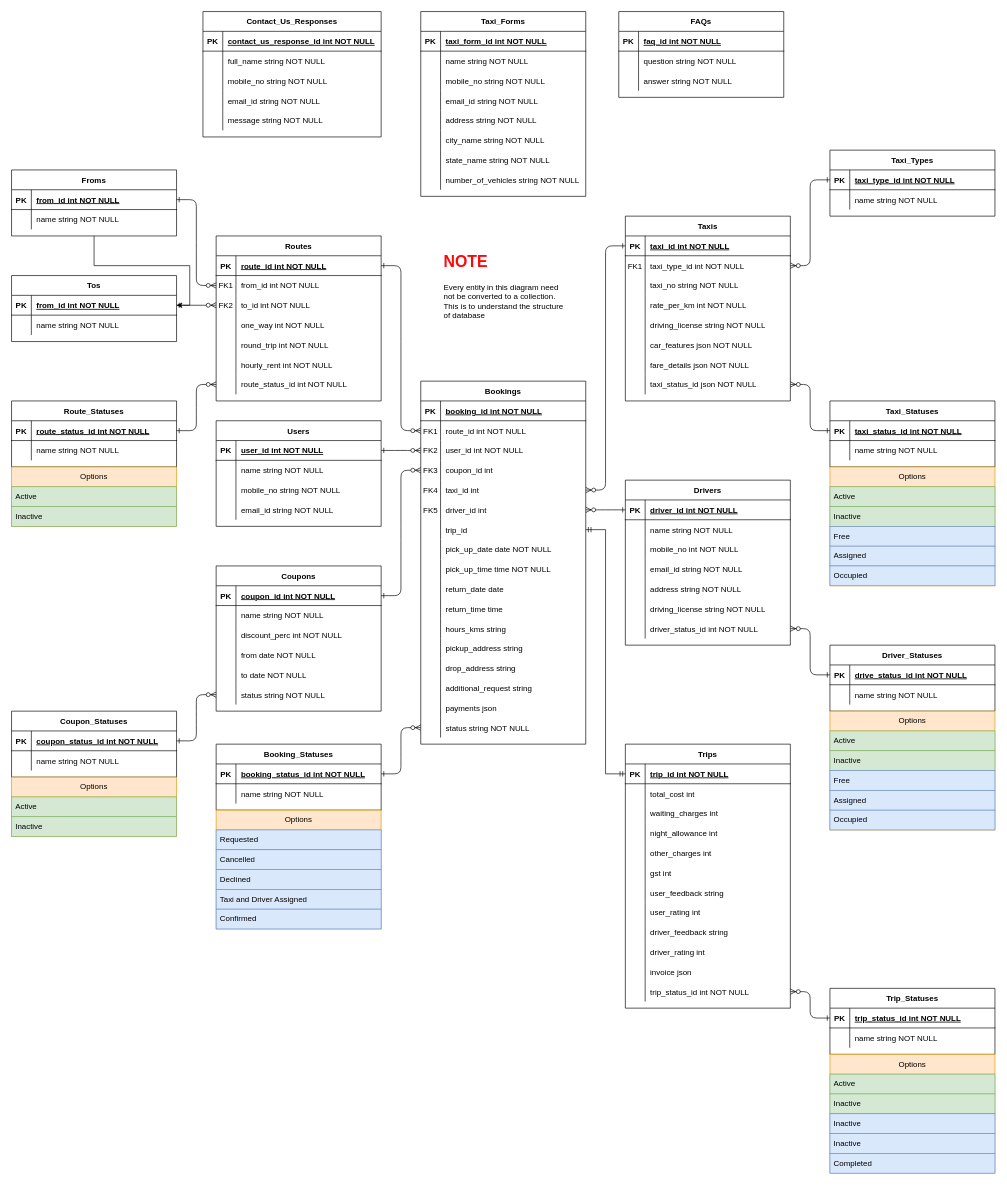
Above: BTCv2.drawio in TechManTejas/BombayTaxiCo_Express_Backend (draw.io), before the change. Source tidied: cells renumbered, new cells numbered last; positions are measured from the earlier drawing's top-left corner, leaving out a move shared by most shapes. Both pictures are drawn from the tidied source at 66%, with x=0, y=0 at pixel (11, 11).
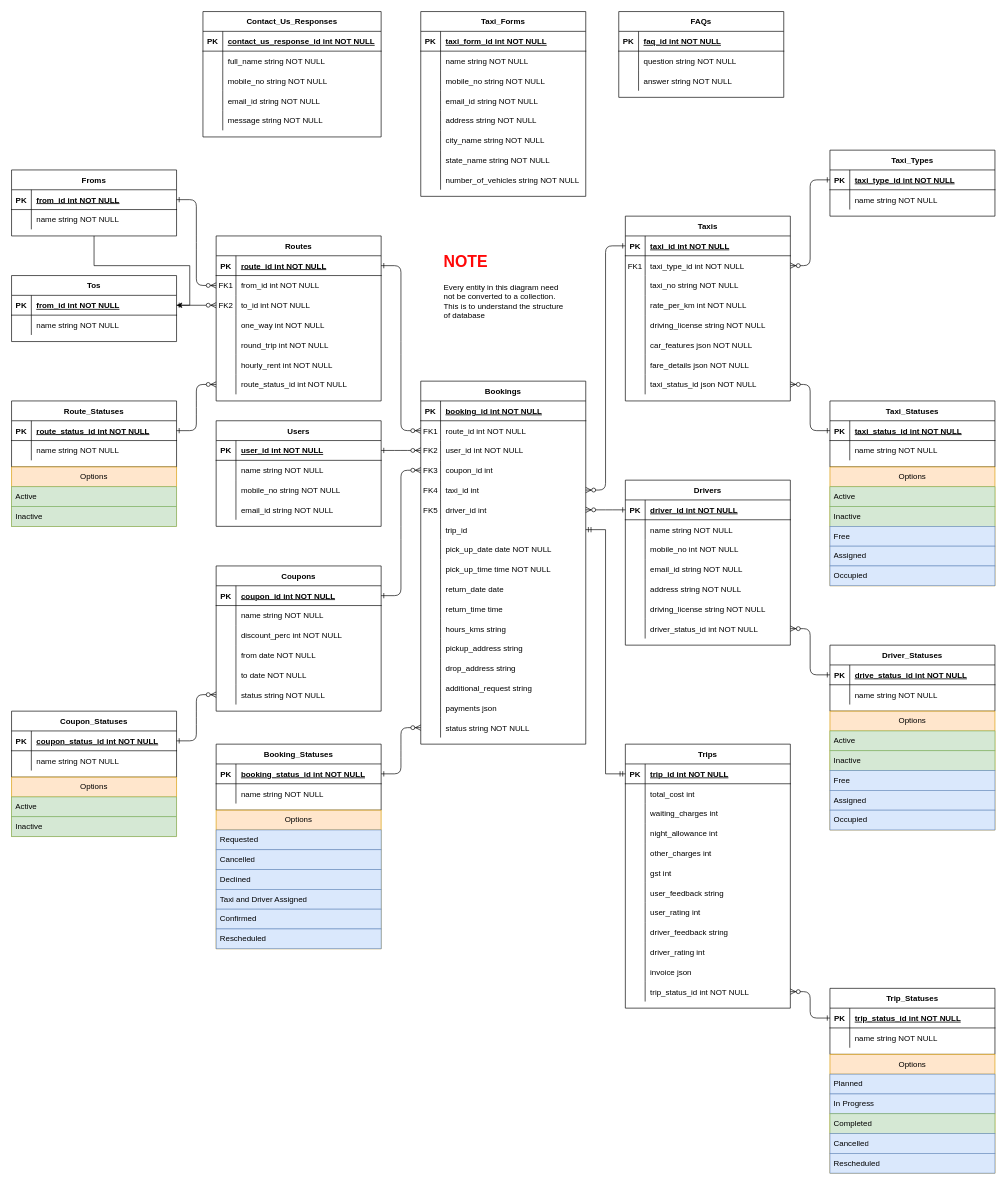
The same page after the edit.

Unchanged cells that the change refers to:
```xml
<mxCell id="347" value="Options" style="swimlane;fontStyle=0;horizontal=1;startSize=30;whiteSpace=wrap;html=1;fillColor=#ffe6cc;strokeColor=#d79b00;swimlaneFillColor=none;" parent="1" vertex="1">
  <mxGeometry x="1240" y="1580" width="250" height="180" as="geometry" />
</mxCell>
```

The edit, as a diff of the source:
```diff
@@
     <mxCell id="319" value="Options" style="swimlane;fontStyle=0;horizontal=1;startSize=30;whiteSpace=wrap;html=1;fillColor=#ffe6cc;strokeColor=#d79b00;swimlaneFillColor=none;" parent="1" vertex="1">
-      <mxGeometry x="310" y="1210" width="250" height="180" as="geometry" />
+      <mxGeometry x="310" y="1210" width="250" height="210" as="geometry" />
     </mxCell>
@@
+    <mxCell id="353" value="Rescheduled" style="text;strokeColor=#6c8ebf;fillColor=#dae8fc;align=left;verticalAlign=middle;spacingLeft=4;spacingRight=4;overflow=hidden;whiteSpace=wrap;html=1;swimlaneFillColor=none;" parent="319" vertex="1">
+      <mxGeometry y="180" width="250" height="30" as="geometry" />
+    </mxCell>
@@
-    <mxCell id="348" value="Active" style="text;strokeColor=#82b366;fillColor=#d5e8d4;align=left;verticalAlign=middle;spacingLeft=4;spacingRight=4;overflow=hidden;whiteSpace=wrap;html=1;swimlaneFillColor=none;" parent="347" vertex="1">
+    <mxCell id="348" value="Planned" style="text;strokeColor=#6c8ebf;fillColor=#dae8fc;align=left;verticalAlign=middle;spacingLeft=4;spacingRight=4;overflow=hidden;whiteSpace=wrap;html=1;swimlaneFillColor=none;" parent="347" vertex="1">
       <mxGeometry y="30" width="250" height="30" as="geometry" />
     </mxCell>
-    <mxCell id="349" value="Inactive" style="text;strokeColor=#82b366;fillColor=#d5e8d4;align=left;verticalAlign=middle;spacingLeft=4;spacingRight=4;overflow=hidden;whiteSpace=wrap;html=1;swimlaneFillColor=none;" parent="347" vertex="1">
+    <mxCell id="349" value="In Progress" style="text;strokeColor=#6c8ebf;fillColor=#dae8fc;align=left;verticalAlign=middle;spacingLeft=4;spacingRight=4;overflow=hidden;whiteSpace=wrap;html=1;swimlaneFillColor=none;" parent="347" vertex="1">
       <mxGeometry y="60" width="250" height="30" as="geometry" />
     </mxCell>
-    <mxCell id="350" value="Inactive" style="text;strokeColor=#6c8ebf;fillColor=#dae8fc;align=left;verticalAlign=middle;spacingLeft=4;spacingRight=4;overflow=hidden;whiteSpace=wrap;html=1;swimlaneFillColor=none;" parent="347" vertex="1">
+    <mxCell id="350" value="Completed" style="text;strokeColor=#82b366;fillColor=#d5e8d4;align=left;verticalAlign=middle;spacingLeft=4;spacingRight=4;overflow=hidden;whiteSpace=wrap;html=1;swimlaneFillColor=none;" parent="347" vertex="1">
       <mxGeometry y="90" width="250" height="30" as="geometry" />
     </mxCell>
-    <mxCell id="351" value="Inactive" style="text;strokeColor=#6c8ebf;fillColor=#dae8fc;align=left;verticalAlign=middle;spacingLeft=4;spacingRight=4;overflow=hidden;whiteSpace=wrap;html=1;swimlaneFillColor=none;" parent="347" vertex="1">
+    <mxCell id="351" value="Cancelled" style="text;strokeColor=#6c8ebf;fillColor=#dae8fc;align=left;verticalAlign=middle;spacingLeft=4;spacingRight=4;overflow=hidden;whiteSpace=wrap;html=1;swimlaneFillColor=none;" parent="347" vertex="1">
       <mxGeometry y="120" width="250" height="30" as="geometry" />
     </mxCell>
-    <mxCell id="352" value="Completed" style="text;strokeColor=#6c8ebf;fillColor=#dae8fc;align=left;verticalAlign=middle;spacingLeft=4;spacingRight=4;overflow=hidden;whiteSpace=wrap;html=1;swimlaneFillColor=none;" parent="347" vertex="1">
-      <mxGeometry y="150" width="250" height="30" as="geometry" />
-    </mxCell>
+    <mxCell id="354" value="Rescheduled" style="text;strokeColor=#6c8ebf;fillColor=#dae8fc;align=left;verticalAlign=middle;spacingLeft=4;spacingRight=4;overflow=hidden;whiteSpace=wrap;html=1;swimlaneFillColor=none;" parent="347" vertex="1">
+      <mxGeometry y="150" width="250" height="30" as="geometry" />
+    </mxCell>
```
